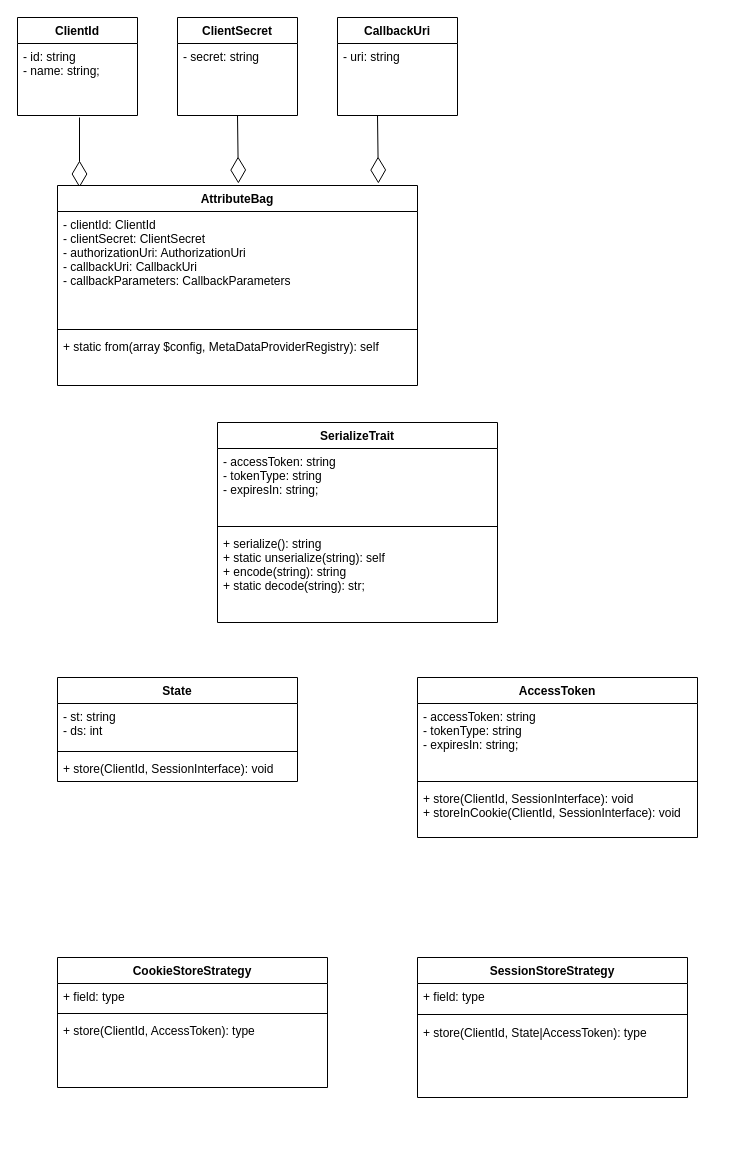
This is page "attributes" (3 of 3) of oauth.drawio from andrzej-pakula/oauth-api-connector-bundle, a draw.io file, before an edit. Source tidied: cells renumbered, new cells numbered last; positions are measured from the earlier drawing's top-left corner, leaving out a move shared by most shapes. Both pictures are drawn from the tidied source at 100%, with x=0, y=0 at pixel (17, 17).
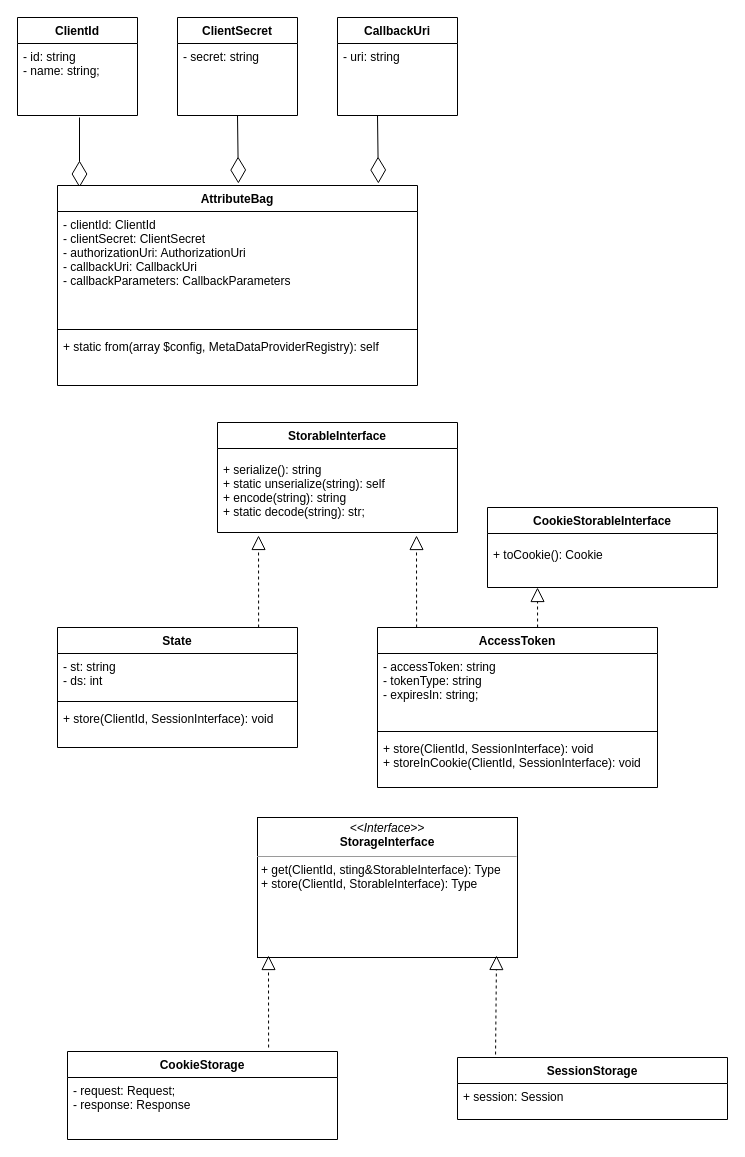
The same page after the edit.

Change to the diagram source:
```diff
@@
+    <mxCell id="38" style="endArrow=block;dashed=1;endFill=0;endSize=12;html=1;exitX=0.838;exitY=0;exitDx=0;exitDy=0;exitPerimeter=0;entryX=0.171;entryY=1.039;entryDx=0;entryDy=0;entryPerimeter=0;" parent="1" edge="1" source="22" target="21">
+      <mxGeometry relative="1" as="geometry" />
+    </mxCell>
@@
-    <mxCell id="18" value="SerializeTrait" style="swimlane;fontStyle=1;align=center;verticalAlign=top;horizontal=1;startSize=26;" parent="1" vertex="1">
-      <mxGeometry x="200" y="405" width="280" height="200" as="geometry" />
-    </mxCell>
-    <mxCell id="19" value="- accessToken: string&#10;- tokenType: string&#10;- expiresIn: string;" style="text;strokeColor=none;fillColor=none;align=left;verticalAlign=top;spacingLeft=4;spacingRight=4;overflow=hidden;" parent="18" vertex="1">
-      <mxGeometry y="26" width="280" height="74" as="geometry" />
-    </mxCell>
-    <mxCell id="20" style="line;strokeWidth=1;fillColor=none;align=left;verticalAlign=middle;spacingTop=-1;spacingLeft=3;spacingRight=3;labelPosition=right;" parent="18" vertex="1">
-      <mxGeometry y="100" width="280" height="8" as="geometry" />
-    </mxCell>
-    <mxCell id="21" value="+ serialize(): string&#10;+ static unserialize(string): self&#10;+ encode(string): string&#10;+ static decode(string): str;" style="text;strokeColor=none;fillColor=none;align=left;verticalAlign=top;spacingLeft=4;spacingRight=4;overflow=hidden;points=[[0,0.5],[1,0.5]];portConstraint=eastwest;" parent="18" vertex="1">
-      <mxGeometry y="108" width="280" height="92" as="geometry" />
-    </mxCell>
+    <mxCell id="26" value="AccessToken" style="swimlane;fontStyle=1;align=center;verticalAlign=top;horizontal=1;startSize=26;" parent="1" vertex="1">
+      <mxGeometry x="360" y="610" width="280" height="160" as="geometry" />
+    </mxCell>
+    <mxCell id="27" value="- accessToken: string&#10;- tokenType: string&#10;- expiresIn: string;" style="text;strokeColor=none;fillColor=none;align=left;verticalAlign=top;spacingLeft=4;spacingRight=4;overflow=hidden;" parent="26" vertex="1">
+      <mxGeometry y="26" width="280" height="74" as="geometry" />
+    </mxCell>
+    <mxCell id="28" style="line;strokeWidth=1;fillColor=none;align=left;verticalAlign=middle;spacingTop=-1;spacingLeft=3;spacingRight=3;labelPosition=right;" parent="26" vertex="1">
+      <mxGeometry y="100" width="280" height="8" as="geometry" />
+    </mxCell>
+    <mxCell id="29" value="+ store(ClientId, SessionInterface): void&#10;+ storeInCookie(ClientId, SessionInterface): void" style="text;strokeColor=none;fillColor=none;align=left;verticalAlign=top;spacingLeft=4;spacingRight=4;overflow=hidden;" parent="26" vertex="1">
+      <mxGeometry y="108" width="280" height="52" as="geometry" />
+    </mxCell>
     <mxCell id="22" value="State" style="swimlane;fontStyle=1;align=center;verticalAlign=top;horizontal=1;startSize=26;" parent="1" vertex="1">
-      <mxGeometry x="40" y="660" width="240" height="104" as="geometry" />
+      <mxGeometry x="40" y="610" width="240" height="120" as="geometry" />
     </mxCell>
@@
     <mxCell id="25" value="+ store(ClientId, SessionInterface): void" style="text;strokeColor=none;fillColor=none;align=left;verticalAlign=top;spacingLeft=4;spacingRight=4;overflow=hidden;" parent="22" vertex="1">
-      <mxGeometry y="78" width="240" height="26" as="geometry" />
+      <mxGeometry y="78" width="240" height="42" as="geometry" />
     </mxCell>
-    <mxCell id="26" value="AccessToken" style="swimlane;fontStyle=1;align=center;verticalAlign=top;horizontal=1;startSize=26;" parent="1" vertex="1">
-      <mxGeometry x="400" y="660" width="280" height="160" as="geometry" />
-    </mxCell>
-    <mxCell id="27" value="- accessToken: string&#10;- tokenType: string&#10;- expiresIn: string;" style="text;strokeColor=none;fillColor=none;align=left;verticalAlign=top;spacingLeft=4;spacingRight=4;overflow=hidden;" parent="26" vertex="1">
-      <mxGeometry y="26" width="280" height="74" as="geometry" />
-    </mxCell>
-    <mxCell id="28" style="line;strokeWidth=1;fillColor=none;align=left;verticalAlign=middle;spacingTop=-1;spacingLeft=3;spacingRight=3;labelPosition=right;" parent="26" vertex="1">
-      <mxGeometry y="100" width="280" height="8" as="geometry" />
-    </mxCell>
-    <mxCell id="29" value="+ store(ClientId, SessionInterface): void&#10;+ storeInCookie(ClientId, SessionInterface): void" style="text;strokeColor=none;fillColor=none;align=left;verticalAlign=top;spacingLeft=4;spacingRight=4;overflow=hidden;" parent="26" vertex="1">
-      <mxGeometry y="108" width="280" height="52" as="geometry" />
-    </mxCell>
+    <mxCell id="18" value="StorableInterface" style="swimlane;fontStyle=1;align=center;verticalAlign=top;horizontal=1;startSize=26;" parent="1" vertex="1">
+      <mxGeometry x="200" y="405" width="240" height="110" as="geometry" />
+    </mxCell>
+    <mxCell id="20" style="line;strokeWidth=1;fillColor=none;align=left;verticalAlign=middle;spacingTop=-1;spacingLeft=3;spacingRight=3;labelPosition=right;strokeColor=none;" parent="18" vertex="1">
+      <mxGeometry y="26" width="240" height="8" as="geometry" />
+    </mxCell>
+    <mxCell id="21" value="+ serialize(): string&#10;+ static unserialize(string): self&#10;+ encode(string): string&#10;+ static decode(string): str;" style="text;strokeColor=none;fillColor=none;align=left;verticalAlign=top;spacingLeft=4;spacingRight=4;overflow=hidden;points=[[0,0.5],[1,0.5]];portConstraint=eastwest;" parent="18" vertex="1">
+      <mxGeometry y="34" width="240" height="76" as="geometry" />
+    </mxCell>
+    <mxCell id="39" style="endArrow=block;dashed=1;endFill=0;endSize=12;html=1;exitX=0.838;exitY=0;exitDx=0;exitDy=0;exitPerimeter=0;entryX=0.171;entryY=1.039;entryDx=0;entryDy=0;entryPerimeter=0;" parent="1" edge="1">
+      <mxGeometry relative="1" as="geometry">
+        <mxPoint x="399.1" y="610" as="sourcePoint" />
+        <mxPoint x="399" y="518" as="targetPoint" />
+      </mxGeometry>
+    </mxCell>
+    <mxCell id="40" style="endArrow=block;dashed=1;endFill=0;endSize=12;html=1;exitX=0.838;exitY=0;exitDx=0;exitDy=0;exitPerimeter=0;" parent="1" edge="1">
+      <mxGeometry relative="1" as="geometry">
+        <mxPoint x="520.1" y="610" as="sourcePoint" />
+        <mxPoint x="520" y="570" as="targetPoint" />
+      </mxGeometry>
+    </mxCell>
+    <mxCell id="41" value="CookieStorableInterface" style="swimlane;fontStyle=1;align=center;verticalAlign=top;horizontal=1;startSize=26;" parent="1" vertex="1">
+      <mxGeometry x="470" y="490" width="230" height="80" as="geometry" />
+    </mxCell>
+    <mxCell id="42" style="line;strokeWidth=1;fillColor=none;align=left;verticalAlign=middle;spacingTop=-1;spacingLeft=3;spacingRight=3;labelPosition=right;strokeColor=none;" parent="41" vertex="1">
+      <mxGeometry y="26" width="230" height="8" as="geometry" />
+    </mxCell>
+    <mxCell id="43" value="+ toCookie(): Cookie&#10;" style="text;strokeColor=none;fillColor=none;align=left;verticalAlign=top;spacingLeft=4;spacingRight=4;overflow=hidden;" parent="41" vertex="1">
+      <mxGeometry y="34" width="230" height="46" as="geometry" />
+    </mxCell>
+    <mxCell id="44" value="&lt;p style=&quot;margin: 0px ; margin-top: 4px ; text-align: center&quot;&gt;&lt;i&gt;&amp;lt;&amp;lt;Interface&amp;gt;&amp;gt;&lt;/i&gt;&lt;br&gt;&lt;b&gt;StorageInterface&lt;/b&gt;&lt;/p&gt;&lt;hr size=&quot;1&quot;&gt;&lt;p style=&quot;margin: 0px ; margin-left: 4px&quot;&gt;&lt;/p&gt;&lt;p style=&quot;margin: 0px ; margin-left: 4px&quot;&gt;+ get(ClientId, sting&amp;amp;StorableInterface): Type&lt;br&gt;+ store(ClientId, StorableInterface): Type&lt;/p&gt;" style="verticalAlign=top;align=left;overflow=fill;fontSize=12;fontFamily=Helvetica;html=1;strokeColor=#000000;" parent="1" vertex="1">
+      <mxGeometry x="240" y="800" width="260" height="140" as="geometry" />
+    </mxCell>
-    <mxCell id="30" value="CookieStoreStrategy" style="swimlane;fontStyle=1;align=center;verticalAlign=top;horizontal=1;startSize=26;" parent="1" vertex="1">
-      <mxGeometry x="40" y="940" width="270" height="130" as="geometry" />
+    <mxCell id="30" value="CookieStorage" style="swimlane;fontStyle=1;align=center;verticalAlign=top;horizontal=1;startSize=26;" parent="1" vertex="1">
+      <mxGeometry x="50" y="1034" width="270" height="88" as="geometry" />
     </mxCell>
-    <mxCell id="31" value="+ field: type" style="text;strokeColor=none;fillColor=none;align=left;verticalAlign=top;spacingLeft=4;spacingRight=4;overflow=hidden;" parent="30" vertex="1">
-      <mxGeometry y="26" width="270" height="26" as="geometry" />
+    <mxCell id="31" value="- request: Request;&#10;- response: Response" style="text;strokeColor=none;fillColor=none;align=left;verticalAlign=top;spacingLeft=4;spacingRight=4;overflow=hidden;" parent="30" vertex="1">
+      <mxGeometry y="26" width="270" height="54" as="geometry" />
     </mxCell>
-    <mxCell id="32" style="line;strokeWidth=1;fillColor=none;align=left;verticalAlign=middle;spacingTop=-1;spacingLeft=3;spacingRight=3;labelPosition=right;" parent="30" vertex="1">
-      <mxGeometry y="52" width="270" height="8" as="geometry" />
+    <mxCell id="32" style="line;strokeWidth=1;fillColor=none;align=left;verticalAlign=middle;spacingTop=-1;spacingLeft=3;spacingRight=3;labelPosition=right;strokeColor=none;" parent="30" vertex="1">
+      <mxGeometry y="80" width="270" height="8" as="geometry" />
     </mxCell>
-    <mxCell id="33" value="+ store(ClientId, AccessToken): type" style="text;strokeColor=none;fillColor=none;align=left;verticalAlign=top;spacingLeft=4;spacingRight=4;overflow=hidden;" parent="30" vertex="1">
-      <mxGeometry y="60" width="270" height="70" as="geometry" />
-    </mxCell>
+    <mxCell id="45" style="endArrow=block;dashed=1;endFill=0;endSize=12;html=1;exitX=0.838;exitY=0;exitDx=0;exitDy=0;exitPerimeter=0;entryX=0.171;entryY=1.039;entryDx=0;entryDy=0;entryPerimeter=0;" parent="1" edge="1">
+      <mxGeometry relative="1" as="geometry">
+        <mxPoint x="251.1" y="1030" as="sourcePoint" />
+        <mxPoint x="251" y="938" as="targetPoint" />
+      </mxGeometry>
+    </mxCell>
+    <mxCell id="46" style="endArrow=block;dashed=1;endFill=0;endSize=12;html=1;exitX=0.141;exitY=-0.048;exitDx=0;exitDy=0;exitPerimeter=0;entryX=0.171;entryY=1.039;entryDx=0;entryDy=0;entryPerimeter=0;" parent="1" edge="1" source="34">
+      <mxGeometry relative="1" as="geometry">
+        <mxPoint x="479" y="938" as="targetPoint" />
+      </mxGeometry>
+    </mxCell>
-    <mxCell id="34" value="SessionStoreStrategy" style="swimlane;fontStyle=1;align=center;verticalAlign=top;horizontal=1;startSize=26;" parent="1" vertex="1">
-      <mxGeometry x="400" y="940" width="270" height="140" as="geometry" />
+    <mxCell id="34" value="SessionStorage" style="swimlane;fontStyle=1;align=center;verticalAlign=top;horizontal=1;startSize=26;" parent="1" vertex="1">
+      <mxGeometry x="440" y="1040" width="270" height="62" as="geometry" />
     </mxCell>
-    <mxCell id="35" value="+ field: type" style="text;strokeColor=none;fillColor=none;align=left;verticalAlign=top;spacingLeft=4;spacingRight=4;overflow=hidden;" parent="34" vertex="1">
+    <mxCell id="35" value="+ session: Session" style="text;strokeColor=none;fillColor=none;align=left;verticalAlign=top;spacingLeft=4;spacingRight=4;overflow=hidden;" parent="34" vertex="1">
       <mxGeometry y="26" width="270" height="26" as="geometry" />
     </mxCell>
-    <mxCell id="36" style="line;strokeWidth=1;fillColor=none;align=left;verticalAlign=middle;spacingTop=-1;spacingLeft=3;spacingRight=3;labelPosition=right;" parent="34" vertex="1">
+    <mxCell id="36" style="line;strokeWidth=1;fillColor=none;align=left;verticalAlign=middle;spacingTop=-1;spacingLeft=3;spacingRight=3;labelPosition=right;strokeColor=none;" parent="34" vertex="1">
       <mxGeometry y="52" width="270" height="10" as="geometry" />
     </mxCell>
-    <mxCell id="37" value="+ store(ClientId, State|AccessToken): type" style="text;strokeColor=none;fillColor=none;align=left;verticalAlign=top;spacingLeft=4;spacingRight=4;overflow=hidden;" parent="34" vertex="1">
-      <mxGeometry y="62" width="270" height="78" as="geometry" />
-    </mxCell>
```
